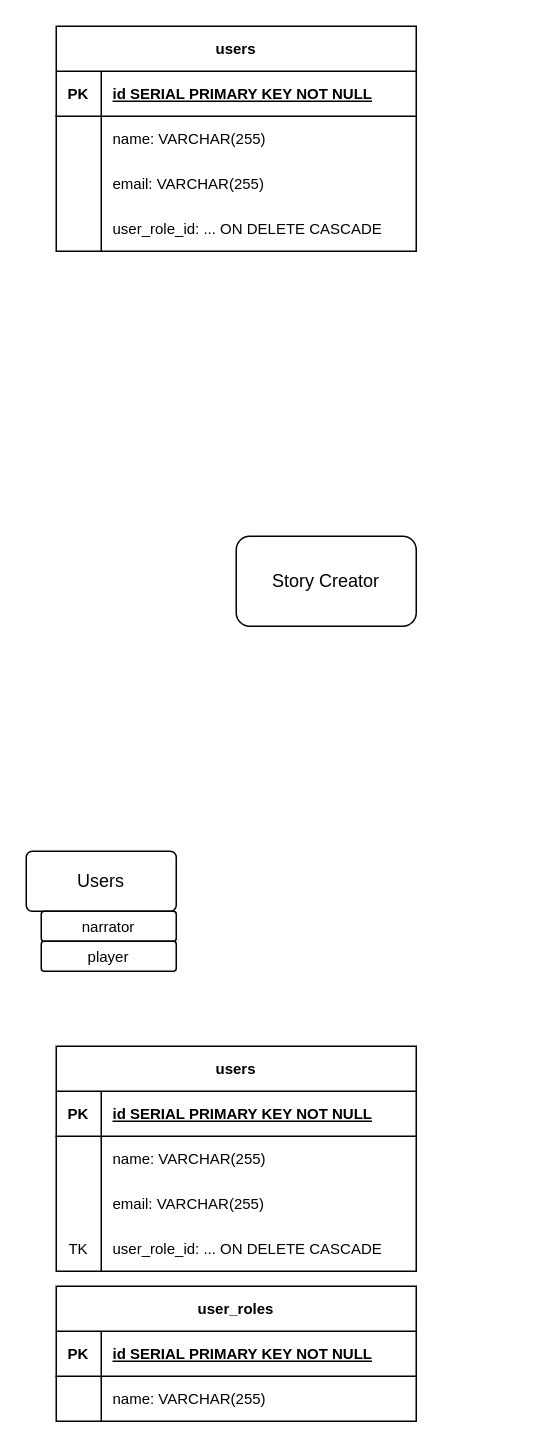
The draw.io diagram db/erd/story_creator.drawio in navycuda/story_creator, before the edit. Source tidied: cells renumbered, new cells numbered last; positions are measured from the earlier drawing's top-left corner, leaving out a move shared by most shapes. Both pictures are drawn from the tidied source at 150%, with x=0, y=0 at pixel (26, 26).
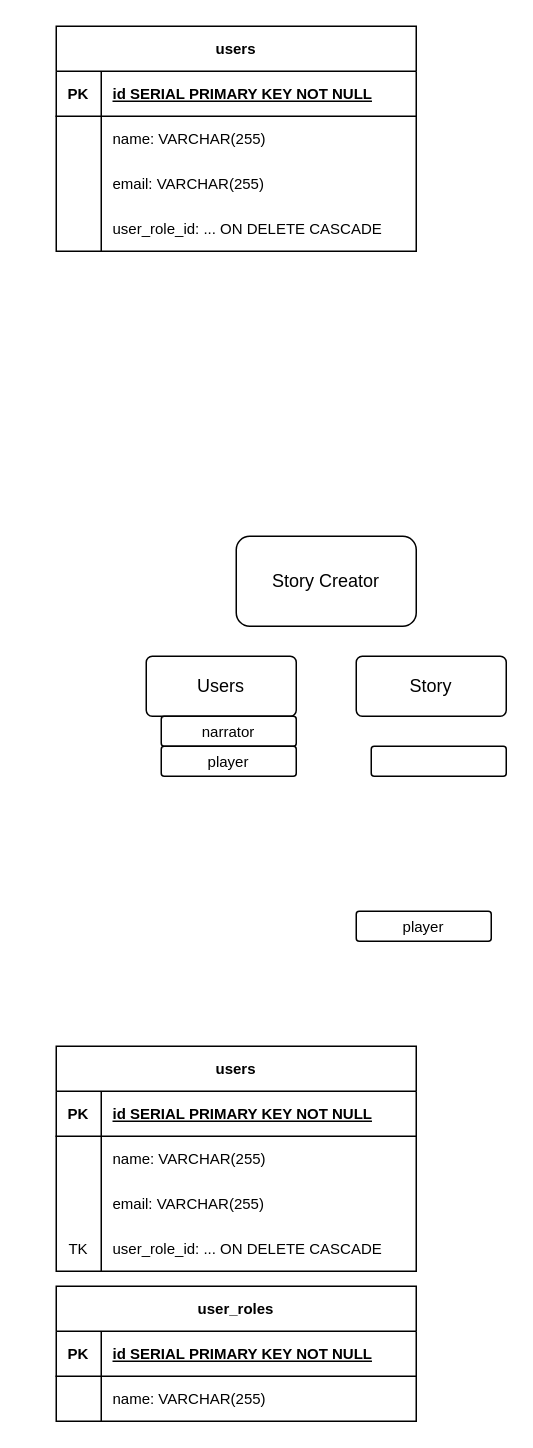
The same page after the edit.

Commit message:
Add table details

The edit, as a diff of the source:
```diff
@@
     <mxCell id="3" value="Users" style="rounded=1;arcSize=10;whiteSpace=wrap;html=1;align=center;" parent="1" vertex="1">
-      <mxGeometry y="550" width="100" height="40" as="geometry" />
+      <mxGeometry x="80" y="420" width="100" height="40" as="geometry" />
     </mxCell>
     <mxCell id="4" value="&lt;span style=&quot;font-size: 10px;&quot;&gt;narrator&lt;/span&gt;" style="rounded=1;arcSize=10;whiteSpace=wrap;html=1;align=center;" parent="1" vertex="1">
-      <mxGeometry x="10" y="590" width="90" height="20" as="geometry" />
+      <mxGeometry x="90" y="460" width="90" height="20" as="geometry" />
     </mxCell>
     <mxCell id="5" value="&lt;span style=&quot;font-size: 10px;&quot;&gt;player&lt;/span&gt;" style="rounded=1;arcSize=10;whiteSpace=wrap;html=1;align=center;" parent="1" vertex="1">
-      <mxGeometry x="10" y="610" width="90" height="20" as="geometry" />
+      <mxGeometry x="90" y="480" width="90" height="20" as="geometry" />
     </mxCell>
@@
+    <mxCell id="39" value="Story" style="rounded=1;arcSize=10;whiteSpace=wrap;html=1;align=center;" parent="1" vertex="1">
+      <mxGeometry x="220" y="420" width="100" height="40" as="geometry" />
+    </mxCell>
+    <mxCell id="40" style="rounded=1;arcSize=10;whiteSpace=wrap;html=1;align=center;" parent="1" vertex="1">
+      <mxGeometry x="230" y="480" width="90" height="20" as="geometry" />
+    </mxCell>
+    <mxCell id="41" value="&lt;span style=&quot;font-size: 10px;&quot;&gt;player&lt;/span&gt;" style="rounded=1;arcSize=10;whiteSpace=wrap;html=1;align=center;" parent="1" vertex="1">
+      <mxGeometry x="220" y="590" width="90" height="20" as="geometry" />
+    </mxCell>
```
